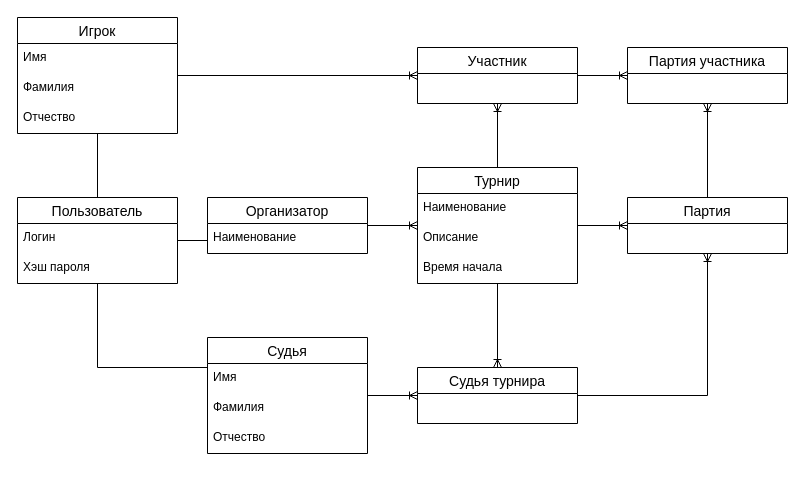
The draw.io diagram Логическая диаграмма бд.drawio in VladZainullin/tennis_tournaments, before the edit. Source tidied: cells renumbered, new cells numbered last; positions are measured from the earlier drawing's top-left corner, leaving out a move shared by most shapes. Both pictures are drawn from the tidied source at 100%, with x=0, y=0 at pixel (17, 17).
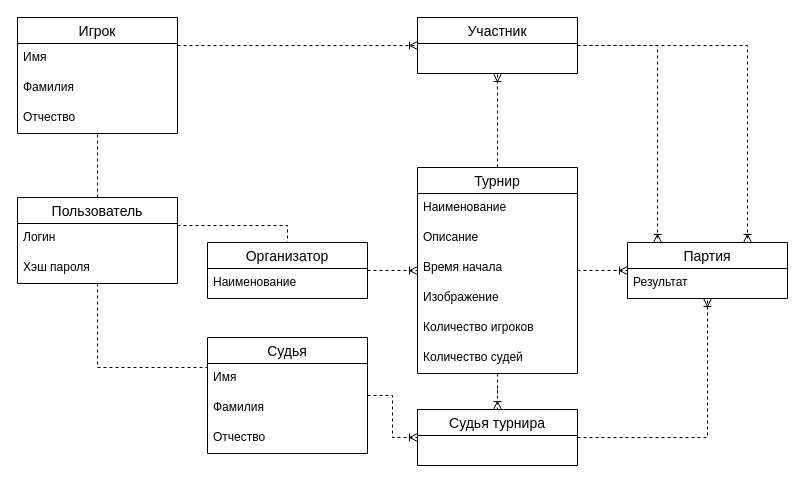
After the change.

Commit message:
Правит логическую диаграмму базы данных

Unchanged cells that the change refers to:
```xml
<mxCell id="3" value="Судья" style="swimlane;fontStyle=0;horizontal=1;startSize=26;align=center;fontSize=14;" parent="1" vertex="1">
  <mxGeometry x="190" y="320" width="160" height="116" as="geometry" />
</mxCell>
<mxCell id="10" value="Пользователь" style="swimlane;fontStyle=0;horizontal=1;startSize=26;align=center;fontSize=14;" parent="1" vertex="1">
  <mxGeometry y="180" width="160" height="86" as="geometry" />
</mxCell>
<mxCell id="17" value="Игрок" style="swimlane;fontStyle=0;horizontal=1;startSize=26;align=center;fontSize=14;" parent="1" vertex="1">
  <mxGeometry width="160" height="116" as="geometry" />
</mxCell>
```

The edit, as a diff of the source:
```diff
@@
-    <mxCell id="2" style="edgeStyle=orthogonalEdgeStyle;rounded=0;jettySize=auto;html=1;endArrow=ERoneToMany;endFill=0;" parent="1" edge="1" source="3" target="29">
+    <mxCell id="2" style="edgeStyle=orthogonalEdgeStyle;rounded=0;jettySize=auto;html=1;endArrow=ERoneToMany;endFill=0;dashed=1;" parent="1" edge="1" source="3" target="29">
       <mxGeometry relative="1" as="geometry" />
     </mxCell>
@@
-    <mxCell id="7" style="edgeStyle=orthogonalEdgeStyle;rounded=0;jettySize=auto;html=1;endArrow=none;endFill=0;" parent="1" edge="1" source="10" target="3">
+    <mxCell id="7" style="edgeStyle=orthogonalEdgeStyle;rounded=0;jettySize=auto;html=1;endArrow=none;endFill=0;dashed=1;" parent="1" edge="1" source="10" target="3">
       <mxGeometry relative="1" as="geometry">
         <Array as="points">
           <mxPoint x="80" y="350" />
         </Array>
       </mxGeometry>
     </mxCell>
-    <mxCell id="8" style="edgeStyle=orthogonalEdgeStyle;rounded=0;jettySize=auto;html=1;endArrow=none;endFill=0;" parent="1" edge="1" source="10" target="14">
+    <mxCell id="8" style="edgeStyle=orthogonalEdgeStyle;rounded=0;jettySize=auto;html=1;endArrow=none;endFill=0;dashed=1;" parent="1" edge="1" source="10" target="14">
       <mxGeometry relative="1" as="geometry">
         <Array as="points">
           <mxPoint x="190" y="208" />
           <mxPoint x="190" y="208" />
         </Array>
       </mxGeometry>
     </mxCell>
-    <mxCell id="9" style="edgeStyle=orthogonalEdgeStyle;rounded=0;jettySize=auto;html=1;endArrow=none;endFill=0;" parent="1" edge="1" source="10" target="17">
+    <mxCell id="9" style="edgeStyle=orthogonalEdgeStyle;rounded=0;jettySize=auto;html=1;endArrow=none;endFill=0;dashed=1;" parent="1" edge="1" source="10" target="17">
       <mxGeometry relative="1" as="geometry" />
     </mxCell>
@@
-    <mxCell id="13" style="edgeStyle=orthogonalEdgeStyle;rounded=0;jettySize=auto;html=1;endArrow=ERoneToMany;endFill=0;" parent="1" edge="1" source="14" target="24">
+    <mxCell id="13" style="edgeStyle=orthogonalEdgeStyle;rounded=0;jettySize=auto;html=1;endArrow=ERoneToMany;endFill=0;dashed=1;" parent="1" edge="1" source="14" target="24">
       <mxGeometry relative="1" as="geometry" />
     </mxCell>
     <mxCell id="14" value="Организатор" style="swimlane;fontStyle=0;horizontal=1;startSize=26;align=center;fontSize=14;" parent="1" vertex="1">
-      <mxGeometry x="190" y="180" width="160" height="56" as="geometry" />
+      <mxGeometry x="190" y="225" width="160" height="56" as="geometry" />
     </mxCell>
@@
-    <mxCell id="16" style="edgeStyle=orthogonalEdgeStyle;rounded=0;jettySize=auto;html=1;endArrow=ERoneToMany;endFill=0;" parent="1" edge="1" source="17" target="31">
-      <mxGeometry relative="1" as="geometry" />
+    <mxCell id="16" style="edgeStyle=orthogonalEdgeStyle;rounded=0;jettySize=auto;html=1;endArrow=ERoneToMany;endFill=0;dashed=1;" parent="1" edge="1" source="17" target="31">
+      <mxGeometry relative="1" as="geometry">
+        <Array as="points">
+          <mxPoint x="220" y="28" />
+          <mxPoint x="220" y="28" />
+        </Array>
+      </mxGeometry>
     </mxCell>
@@
-    <mxCell id="21" style="edgeStyle=orthogonalEdgeStyle;rounded=0;jettySize=auto;html=1;endArrow=ERoneToMany;endFill=0;" parent="1" edge="1" source="24" target="33">
+    <mxCell id="21" style="edgeStyle=orthogonalEdgeStyle;rounded=0;jettySize=auto;html=1;endArrow=ERoneToMany;endFill=0;dashed=1;" parent="1" edge="1" source="24" target="33">
       <mxGeometry relative="1" as="geometry" />
     </mxCell>
-    <mxCell id="22" style="edgeStyle=orthogonalEdgeStyle;rounded=0;jettySize=auto;html=1;endArrow=ERoneToMany;endFill=0;" parent="1" edge="1" source="24" target="29">
+    <mxCell id="22" style="edgeStyle=orthogonalEdgeStyle;rounded=0;jettySize=auto;html=1;endArrow=ERoneToMany;endFill=0;dashed=1;" parent="1" edge="1" source="24" target="29">
       <mxGeometry relative="1" as="geometry" />
     </mxCell>
-    <mxCell id="23" style="edgeStyle=orthogonalEdgeStyle;rounded=0;jettySize=auto;html=1;endArrow=ERoneToMany;endFill=0;" parent="1" edge="1" source="24" target="31">
+    <mxCell id="23" style="edgeStyle=orthogonalEdgeStyle;rounded=0;jettySize=auto;html=1;endArrow=ERoneToMany;endFill=0;dashed=1;" parent="1" edge="1" source="24" target="31">
       <mxGeometry relative="1" as="geometry" />
     </mxCell>
     <mxCell id="24" value="Турнир" style="swimlane;fontStyle=0;horizontal=1;startSize=26;align=center;fontSize=14;" parent="1" vertex="1">
-      <mxGeometry x="400" y="150" width="160" height="116" as="geometry" />
+      <mxGeometry x="400" y="150" width="160" height="206" as="geometry" />
     </mxCell>
@@
+    <mxCell id="35" value="Изображение" style="text;strokeColor=none;fillColor=none;spacingLeft=4;spacingRight=4;overflow=hidden;fontSize=12;" parent="24" vertex="1">
+      <mxGeometry y="116" width="160" height="30" as="geometry" />
+    </mxCell>
+    <mxCell id="36" value="Количество игроков" style="text;strokeColor=none;fillColor=none;spacingLeft=4;spacingRight=4;overflow=hidden;fontSize=12;" parent="24" vertex="1">
+      <mxGeometry y="146" width="160" height="30" as="geometry" />
+    </mxCell>
+    <mxCell id="37" value="Количество судей" style="text;strokeColor=none;fillColor=none;spacingLeft=4;spacingRight=4;overflow=hidden;fontSize=12;" parent="24" vertex="1">
+      <mxGeometry y="176" width="160" height="30" as="geometry" />
+    </mxCell>
-    <mxCell id="28" style="edgeStyle=orthogonalEdgeStyle;rounded=0;jettySize=auto;html=1;endArrow=ERoneToMany;endFill=0;" parent="1" edge="1" source="29" target="33">
+    <mxCell id="28" style="edgeStyle=orthogonalEdgeStyle;rounded=0;jettySize=auto;html=1;endArrow=ERoneToMany;endFill=0;dashed=1;" parent="1" edge="1" source="29" target="33">
       <mxGeometry relative="1" as="geometry" />
     </mxCell>
     <mxCell id="29" value="Судья турнира" style="swimlane;fontStyle=0;horizontal=1;startSize=26;align=center;fontSize=14;" parent="1" vertex="1">
-      <mxGeometry x="400" y="350" width="160" height="56" as="geometry" />
+      <mxGeometry x="400" y="392" width="160" height="56" as="geometry" />
     </mxCell>
-    <mxCell id="30" style="edgeStyle=orthogonalEdgeStyle;rounded=0;jettySize=auto;html=1;endArrow=ERoneToMany;endFill=0;" parent="1" edge="1" source="31" target="34">
-      <mxGeometry relative="1" as="geometry" />
-    </mxCell>
+    <mxCell id="38" style="edgeStyle=orthogonalEdgeStyle;rounded=0;jettySize=auto;html=1;endArrow=ERoneToMany;endFill=0;dashed=1;" parent="1" edge="1" source="31" target="33">
+      <mxGeometry relative="1" as="geometry">
+        <Array as="points">
+          <mxPoint x="730" y="28" />
+        </Array>
+      </mxGeometry>
+    </mxCell>
+    <mxCell id="39" style="edgeStyle=orthogonalEdgeStyle;rounded=0;jettySize=auto;html=1;dashed=1;endArrow=ERoneToMany;endFill=0;" parent="1" edge="1" source="31" target="33">
+      <mxGeometry relative="1" as="geometry">
+        <Array as="points">
+          <mxPoint x="640" y="28" />
+        </Array>
+      </mxGeometry>
+    </mxCell>
     <mxCell id="31" value="Участник" style="swimlane;fontStyle=0;horizontal=1;startSize=26;align=center;fontSize=14;" parent="1" vertex="1">
-      <mxGeometry x="400" y="30" width="160" height="56" as="geometry" />
+      <mxGeometry x="400" width="160" height="56" as="geometry" />
     </mxCell>
-    <mxCell id="32" style="edgeStyle=orthogonalEdgeStyle;rounded=0;jettySize=auto;html=1;endArrow=ERoneToMany;endFill=0;" parent="1" edge="1" source="33" target="34">
-      <mxGeometry relative="1" as="geometry" />
-    </mxCell>
     <mxCell id="33" value="Партия" style="swimlane;fontStyle=0;horizontal=1;startSize=26;align=center;fontSize=14;" parent="1" vertex="1">
-      <mxGeometry x="610" y="180" width="160" height="56" as="geometry" />
+      <mxGeometry x="610" y="225" width="160" height="56" as="geometry" />
     </mxCell>
-    <mxCell id="34" value="Партия участника" style="swimlane;fontStyle=0;horizontal=1;startSize=26;align=center;fontSize=14;" parent="1" vertex="1">
-      <mxGeometry x="610" y="30" width="160" height="56" as="geometry" />
-    </mxCell>
+    <mxCell id="40" value="Результат" style="text;strokeColor=none;fillColor=none;spacingLeft=4;spacingRight=4;overflow=hidden;fontSize=12;" parent="33" vertex="1">
+      <mxGeometry y="26" width="160" height="30" as="geometry" />
+    </mxCell>
```
